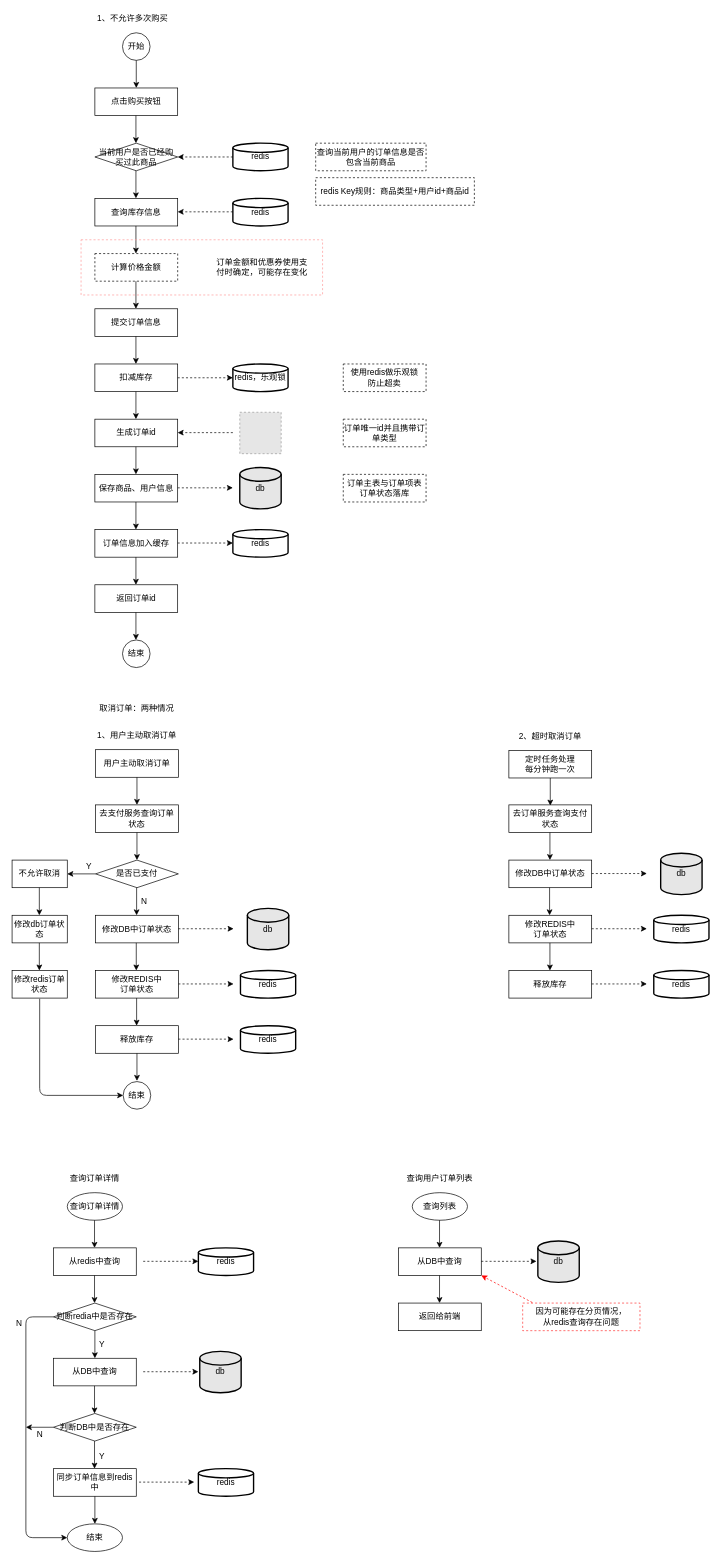
chenrushui/draw keeps this draw.io diagram as 订单实现技术方案.drawio. Above is the earlier version. Source tidied: cells renumbered, new cells numbered last; positions are measured from the earlier drawing's top-left corner, leaving out a move shared by most shapes. Both pictures are drawn from the tidied source at 69%, with x=0, y=0 at pixel (12, 12). Pictures stored in the file or linked from it are replaced by grey dashed boxes.
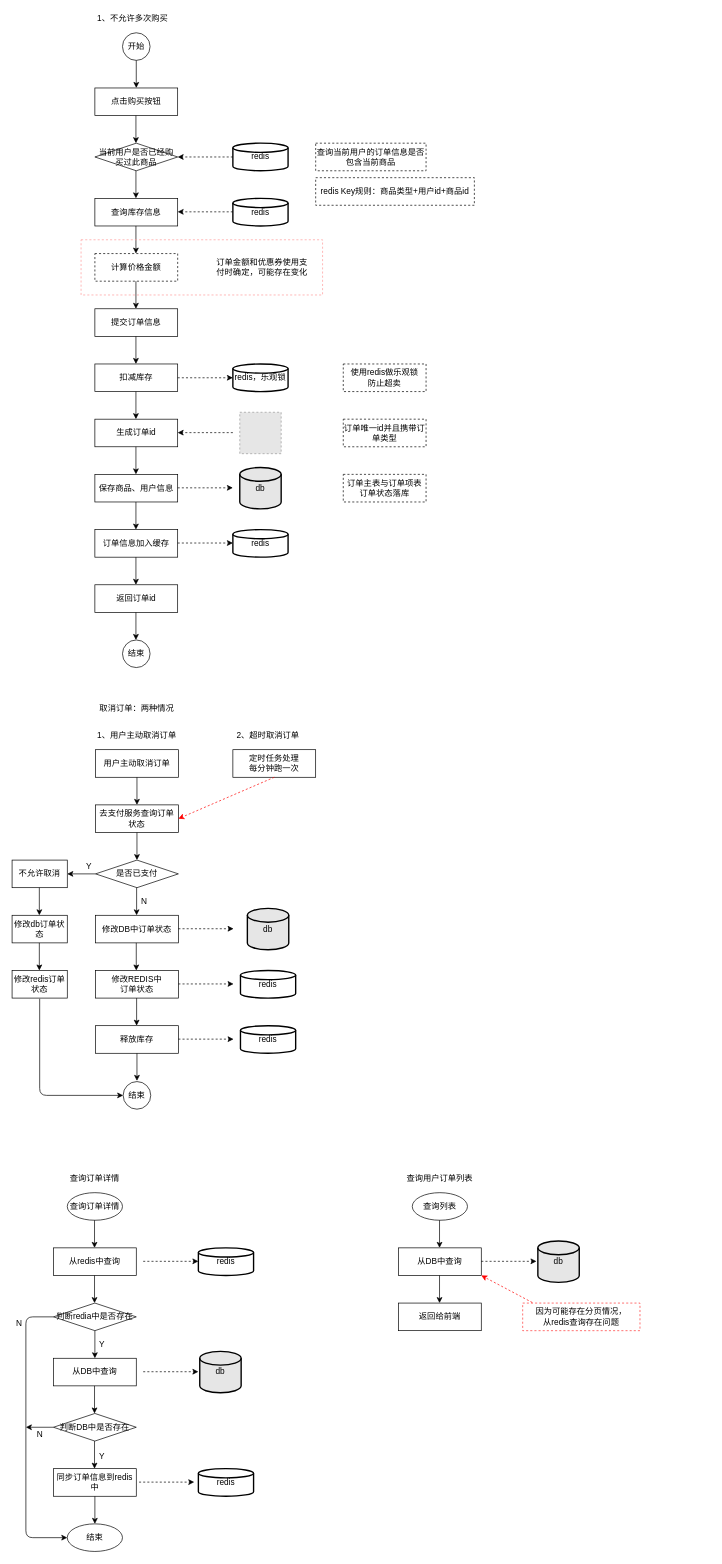
Above is the later version.

Commit message (it also covers changes not shown here):
订单实现技术方案.drawio

Unchanged cells that the change refers to:
```xml
<mxCell id="112" value="去支付服务查询订单状态" style="rounded=0;whiteSpace=wrap;html=1;strokeColor=#000000;fillColor=none;" parent="1" vertex="1">
  <mxGeometry x="121" y="1149" width="120" height="40" as="geometry" />
</mxCell>
```

The edit, as a diff of the source:
```diff
@@
     <mxCell id="57" value="2、超时取消订单" style="text;html=1;strokeColor=none;fillColor=none;align=center;verticalAlign=middle;whiteSpace=wrap;rounded=0;dashed=1;" parent="1" vertex="1">
-      <mxGeometry x="720" y="1040" width="120" height="20" as="geometry" />
+      <mxGeometry x="311" y="1039" width="120" height="20" as="geometry" />
     </mxCell>
     <mxCell id="58" value="定时任务处理&lt;br&gt;每分钟跑一次" style="rounded=0;whiteSpace=wrap;html=1;strokeColor=#000000;fillColor=none;" parent="1" vertex="1">
-      <mxGeometry x="720" y="1070" width="120" height="40" as="geometry" />
+      <mxGeometry x="320" y="1069" width="120" height="40" as="geometry" />
     </mxCell>
-    <mxCell id="59" value="修改DB中订单状态" style="rounded=0;whiteSpace=wrap;html=1;strokeColor=#000000;fillColor=none;" parent="1" vertex="1">
-      <mxGeometry x="720" y="1229" width="120" height="40" as="geometry" />
-    </mxCell>
-    <mxCell id="60" value="修改REDIS中&lt;br&gt;订单状态" style="rounded=0;whiteSpace=wrap;html=1;strokeColor=#000000;fillColor=none;" parent="1" vertex="1">
-      <mxGeometry x="720" y="1309" width="120" height="40" as="geometry" />
-    </mxCell>
-    <mxCell id="61" value="db" style="strokeWidth=2;html=1;shape=mxgraph.flowchart.database;whiteSpace=wrap;fillColor=#E6E6E6;" parent="1" vertex="1">
-      <mxGeometry x="940" y="1219" width="60" height="60" as="geometry" />
-    </mxCell>
-    <mxCell id="62" style="endArrow=classic;html=1;dashed=1;exitX=1;exitY=0.5;exitDx=0;exitDy=0;entryX=0;entryY=0.5;entryDx=0;entryDy=0;entryPerimeter=0;" parent="1" edge="1">
-      <mxGeometry relative="1" as="geometry">
-        <mxPoint x="840" y="1248.5" as="sourcePoint" />
-        <mxPoint x="920" y="1248.5" as="targetPoint" />
-      </mxGeometry>
-    </mxCell>
-    <mxCell id="63" style="endArrow=classic;html=1;dashed=1;exitX=1;exitY=0.5;exitDx=0;exitDy=0;entryX=0;entryY=0.5;entryDx=0;entryDy=0;entryPerimeter=0;" parent="1" edge="1">
-      <mxGeometry relative="1" as="geometry">
-        <mxPoint x="840" y="1328.5" as="sourcePoint" />
-        <mxPoint x="920" y="1328.5" as="targetPoint" />
-      </mxGeometry>
-    </mxCell>
-    <mxCell id="64" value="redis" style="strokeWidth=2;html=1;shape=mxgraph.flowchart.database;whiteSpace=wrap;" parent="1" vertex="1">
-      <mxGeometry x="930" y="1309" width="80" height="40" as="geometry" />
-    </mxCell>
-    <mxCell id="65" style="endArrow=classic;html=1;exitX=0.5;exitY=1;exitDx=0;exitDy=0;entryX=0.5;entryY=0;entryDx=0;entryDy=0;" parent="1" edge="1" source="58">
-      <mxGeometry relative="1" as="geometry">
-        <mxPoint x="780" y="1150" as="targetPoint" />
-      </mxGeometry>
-    </mxCell>
-    <mxCell id="66" style="endArrow=classic;html=1;exitX=0.5;exitY=1;exitDx=0;exitDy=0;entryX=0.5;entryY=0;entryDx=0;entryDy=0;" parent="1" edge="1">
-      <mxGeometry relative="1" as="geometry">
-        <mxPoint x="779.5" y="1189" as="sourcePoint" />
-        <mxPoint x="779.5" y="1229" as="targetPoint" />
-      </mxGeometry>
-    </mxCell>
-    <mxCell id="67" style="endArrow=classic;html=1;exitX=0.5;exitY=1;exitDx=0;exitDy=0;entryX=0.5;entryY=0;entryDx=0;entryDy=0;" parent="1" edge="1">
-      <mxGeometry relative="1" as="geometry">
-        <mxPoint x="779" y="1269" as="sourcePoint" />
-        <mxPoint x="779" y="1309" as="targetPoint" />
-      </mxGeometry>
-    </mxCell>
@@
-    <mxCell id="72" value="释放库存" style="rounded=0;whiteSpace=wrap;html=1;strokeColor=#000000;fillColor=none;" parent="1" vertex="1">
-      <mxGeometry x="720" y="1389" width="120" height="40" as="geometry" />
-    </mxCell>
-    <mxCell id="73" style="endArrow=classic;html=1;dashed=1;exitX=1;exitY=0.5;exitDx=0;exitDy=0;entryX=0;entryY=0.5;entryDx=0;entryDy=0;entryPerimeter=0;" parent="1" edge="1">
-      <mxGeometry relative="1" as="geometry">
-        <mxPoint x="840" y="1408.5" as="sourcePoint" />
-        <mxPoint x="920" y="1408.5" as="targetPoint" />
-      </mxGeometry>
-    </mxCell>
-    <mxCell id="74" value="redis" style="strokeWidth=2;html=1;shape=mxgraph.flowchart.database;whiteSpace=wrap;" parent="1" vertex="1">
-      <mxGeometry x="930" y="1389" width="80" height="40" as="geometry" />
-    </mxCell>
-    <mxCell id="75" style="endArrow=classic;html=1;exitX=0.5;exitY=1;exitDx=0;exitDy=0;entryX=0.5;entryY=0;entryDx=0;entryDy=0;" parent="1" edge="1">
-      <mxGeometry relative="1" as="geometry">
-        <mxPoint x="779.5" y="1349" as="sourcePoint" />
-        <mxPoint x="779.5" y="1389" as="targetPoint" />
-      </mxGeometry>
-    </mxCell>
@@
-    <mxCell id="122" value="去订单服务查询支付状态" style="rounded=0;whiteSpace=wrap;html=1;strokeColor=#000000;fillColor=none;" parent="1" vertex="1">
-      <mxGeometry x="720" y="1149" width="120" height="40" as="geometry" />
-    </mxCell>
@@
+    <mxCell id="127" style="endArrow=classic;html=1;dashed=1;strokeColor=#FF0000;exitX=0.5;exitY=1;exitDx=0;exitDy=0;entryX=1;entryY=0.5;entryDx=0;entryDy=0;" parent="1" edge="1" source="58" target="112">
+      <mxGeometry relative="1" as="geometry" />
+    </mxCell>
```
